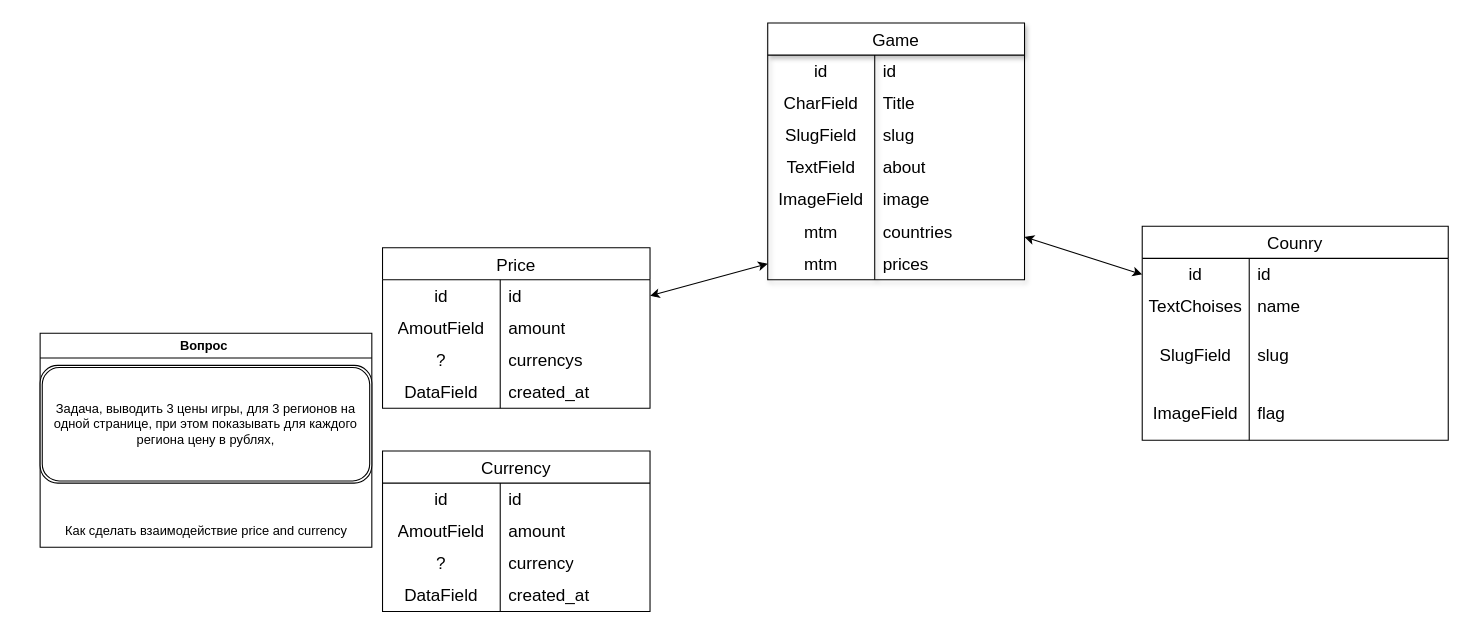
Earlier version of the draw.io diagram app/Диаграмма без названия.drawio (KeirisTorn/SwitchPrices). Source tidied: cells renumbered, new cells numbered last; positions are measured from the earlier drawing's top-left corner, leaving out a move shared by most shapes. Both pictures are drawn from the tidied source at 107%, with x=0, y=0 at pixel (40, 22).
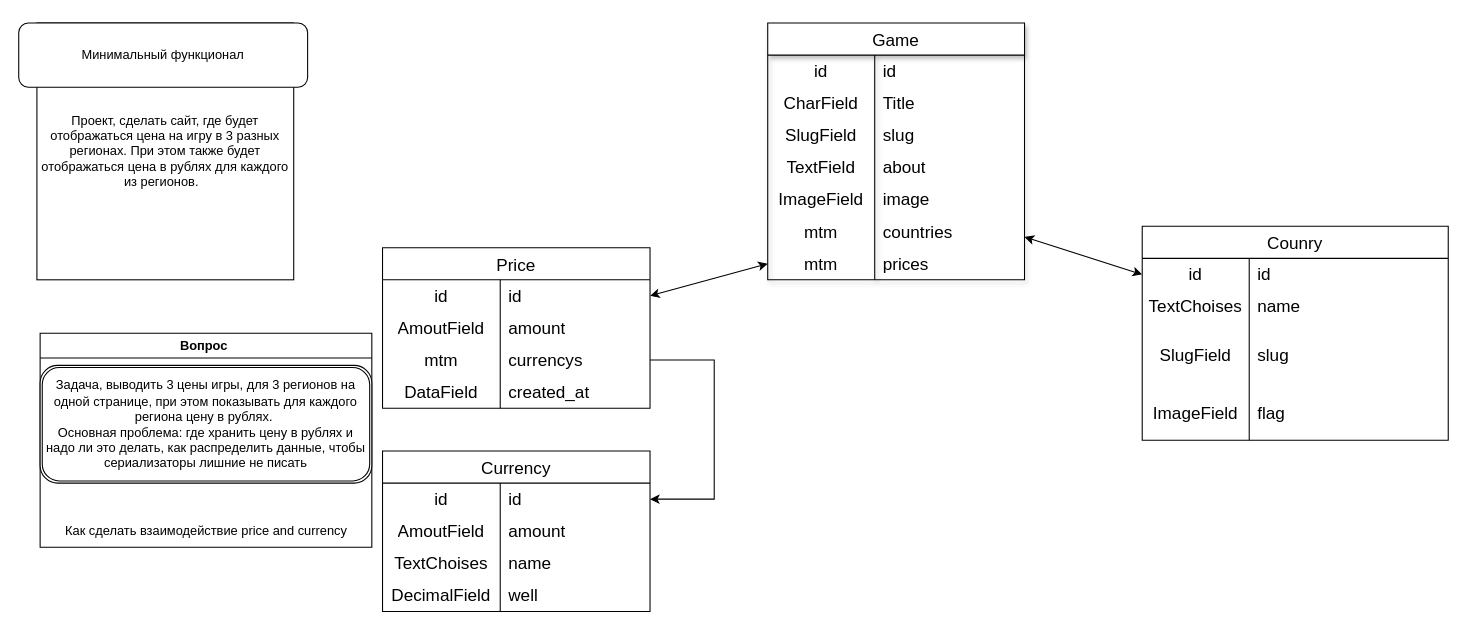
After the change.

The change refers to these unchanged cells:
```xml
<mxCell id="45" style="shape=tableRow;horizontal=0;startSize=0;swimlaneHead=0;swimlaneBody=0;top=0;left=0;bottom=0;right=0;fillColor=none;points=[[0,0.5],[1,0.5]];portConstraint=eastwest;strokeColor=inherit;fontSize=16;" parent="38" vertex="1">
  <mxGeometry y="90" width="250" height="30" as="geometry" />
</mxCell>
<mxCell id="53" style="shape=tableRow;horizontal=0;startSize=0;swimlaneHead=0;swimlaneBody=0;top=0;left=0;bottom=0;right=0;fillColor=none;points=[[0,0.5],[1,0.5]];portConstraint=eastwest;strokeColor=inherit;fontSize=16;" parent="52" vertex="1">
  <mxGeometry y="30" width="250" height="30" as="geometry" />
</mxCell>
<mxCell id="59" style="shape=tableRow;horizontal=0;startSize=0;swimlaneHead=0;swimlaneBody=0;top=0;left=0;bottom=0;right=0;fillColor=none;strokeColor=inherit;fontSize=16;" parent="52" vertex="1">
  <mxGeometry y="90" width="250" height="30" as="geometry" />
</mxCell>
<mxCell id="62" style="shape=tableRow;horizontal=0;startSize=0;swimlaneHead=0;swimlaneBody=0;top=0;left=0;bottom=0;right=0;fillColor=none;strokeColor=inherit;fontSize=16;" parent="52" vertex="1">
  <mxGeometry y="120" width="250" height="30" as="geometry" />
</mxCell>
<mxCell id="65" value="Вопрос&amp;nbsp;" style="swimlane;whiteSpace=wrap;html=1;" parent="1" vertex="1">
  <mxGeometry y="290" width="310" height="200" as="geometry" />
</mxCell>
```

What changed in the source:
```diff
@@
-    <mxCell id="46" value="?" style="shape=partialRectangle;html=1;whiteSpace=wrap;fillColor=none;top=0;left=0;bottom=0;right=0;overflow=hidden;strokeColor=inherit;fontSize=16;" parent="45" vertex="1">
+    <mxCell id="46" value="mtm" style="shape=partialRectangle;html=1;whiteSpace=wrap;fillColor=none;top=0;left=0;bottom=0;right=0;overflow=hidden;strokeColor=inherit;fontSize=16;" parent="45" vertex="1">
       <mxGeometry width="110" height="30" as="geometry" />
     </mxCell>
@@
-    <mxCell id="60" value="?" style="shape=partialRectangle;html=1;whiteSpace=wrap;fillColor=none;top=0;left=0;bottom=0;right=0;overflow=hidden;strokeColor=inherit;fontSize=16;" parent="59" vertex="1">
+    <mxCell id="60" value="TextChoises" style="shape=partialRectangle;html=1;whiteSpace=wrap;fillColor=none;top=0;left=0;bottom=0;right=0;overflow=hidden;strokeColor=inherit;fontSize=16;" parent="59" vertex="1">
       <mxGeometry width="110" height="30" as="geometry" />
     </mxCell>
-    <mxCell id="61" value="currency" style="shape=partialRectangle;html=1;whiteSpace=wrap;fillColor=none;top=0;left=0;bottom=0;right=0;align=left;spacingLeft=6;overflow=hidden;strokeColor=inherit;fontSize=16;" parent="59" vertex="1">
+    <mxCell id="61" value="name" style="shape=partialRectangle;html=1;whiteSpace=wrap;fillColor=none;top=0;left=0;bottom=0;right=0;align=left;spacingLeft=6;overflow=hidden;strokeColor=inherit;fontSize=16;" parent="59" vertex="1">
       <mxGeometry x="110" width="140" height="30" as="geometry" />
     </mxCell>
@@
-    <mxCell id="63" value="DataField" style="shape=partialRectangle;html=1;whiteSpace=wrap;fillColor=none;top=0;left=0;bottom=0;right=0;overflow=hidden;strokeColor=inherit;fontSize=16;" parent="62" vertex="1">
+    <mxCell id="63" value="DecimalField" style="shape=partialRectangle;html=1;whiteSpace=wrap;fillColor=none;top=0;left=0;bottom=0;right=0;overflow=hidden;strokeColor=inherit;fontSize=16;" parent="62" vertex="1">
       <mxGeometry width="110" height="30" as="geometry" />
     </mxCell>
-    <mxCell id="64" value="created_at" style="shape=partialRectangle;html=1;whiteSpace=wrap;fillColor=none;top=0;left=0;bottom=0;right=0;align=left;spacingLeft=6;overflow=hidden;strokeColor=inherit;fontSize=16;" parent="62" vertex="1">
+    <mxCell id="64" value="well" style="shape=partialRectangle;html=1;whiteSpace=wrap;fillColor=none;top=0;left=0;bottom=0;right=0;align=left;spacingLeft=6;overflow=hidden;strokeColor=inherit;fontSize=16;" parent="62" vertex="1">
       <mxGeometry x="110" width="140" height="30" as="geometry" />
     </mxCell>
@@
-    <mxCell id="67" value="Задача, выводить 3 цены игры, для 3 регионов на одной странице, при этом показывать для каждого региона цену в рублях," style="shape=ext;double=1;rounded=1;whiteSpace=wrap;html=1;" parent="65" vertex="1">
+    <mxCell id="67" value="Задача, выводить 3 цены игры, для 3 регионов на одной странице, при этом показывать для каждого региона цену в рублях.&amp;nbsp;&lt;br&gt;Основная проблема: где хранить цену в рублях и надо ли это делать, как распределить данные, чтобы сериализаторы лишние не писать" style="shape=ext;double=1;rounded=1;whiteSpace=wrap;html=1;" parent="65" vertex="1">
       <mxGeometry y="30" width="310" height="110" as="geometry" />
     </mxCell>
+    <mxCell id="68" value="Проект, сделать сайт, где будет отображаться цена на игру в 3 разных регионах. При этом также будет отображаться цена в рублях для каждого из регионов.&amp;nbsp;&amp;nbsp;" style="whiteSpace=wrap;html=1;" parent="1" vertex="1">
+      <mxGeometry x="-3" width="240" height="240" as="geometry" />
+    </mxCell>
+    <mxCell id="69" value="Минимальный функционал" style="rounded=1;whiteSpace=wrap;html=1;" parent="1" vertex="1">
+      <mxGeometry x="-20" width="270" height="60" as="geometry" />
+    </mxCell>
+    <mxCell id="70" style="edgeStyle=orthogonalEdgeStyle;rounded=0;jettySize=auto;html=1;entryX=1;entryY=0.5;entryDx=0;entryDy=0;" parent="1" edge="1" source="45" target="53">
+      <mxGeometry relative="1" as="geometry">
+        <Array as="points">
+          <mxPoint x="630" y="315" />
+          <mxPoint x="630" y="445" />
+        </Array>
+      </mxGeometry>
+    </mxCell>
```
